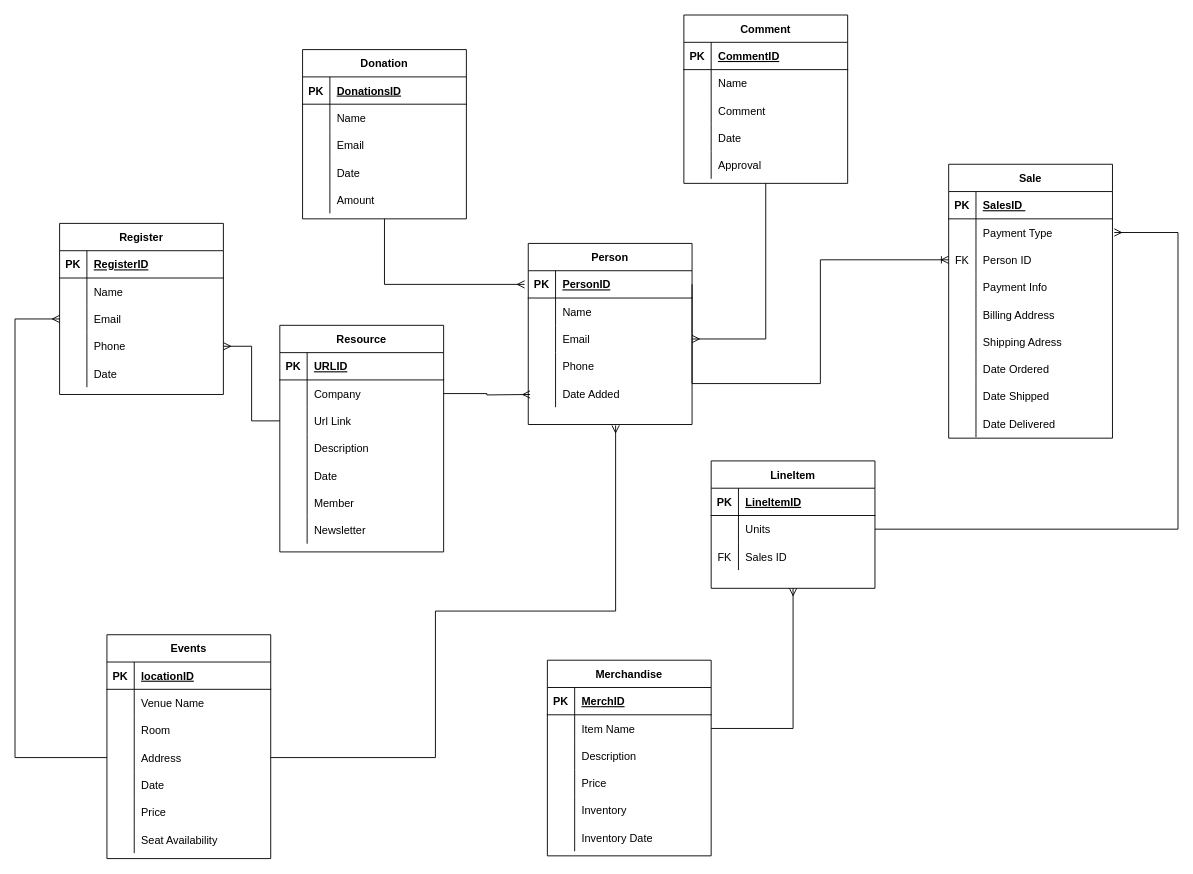
Above: Climate Change Draft .drawio in SemharGezai/Database- (draw.io), before the change. Source tidied: cells renumbered, new cells numbered last; positions are measured from the earlier drawing's top-left corner, leaving out a move shared by most shapes. Both pictures are drawn from the tidied source at 91%, with x=0, y=0 at pixel (15, 15).
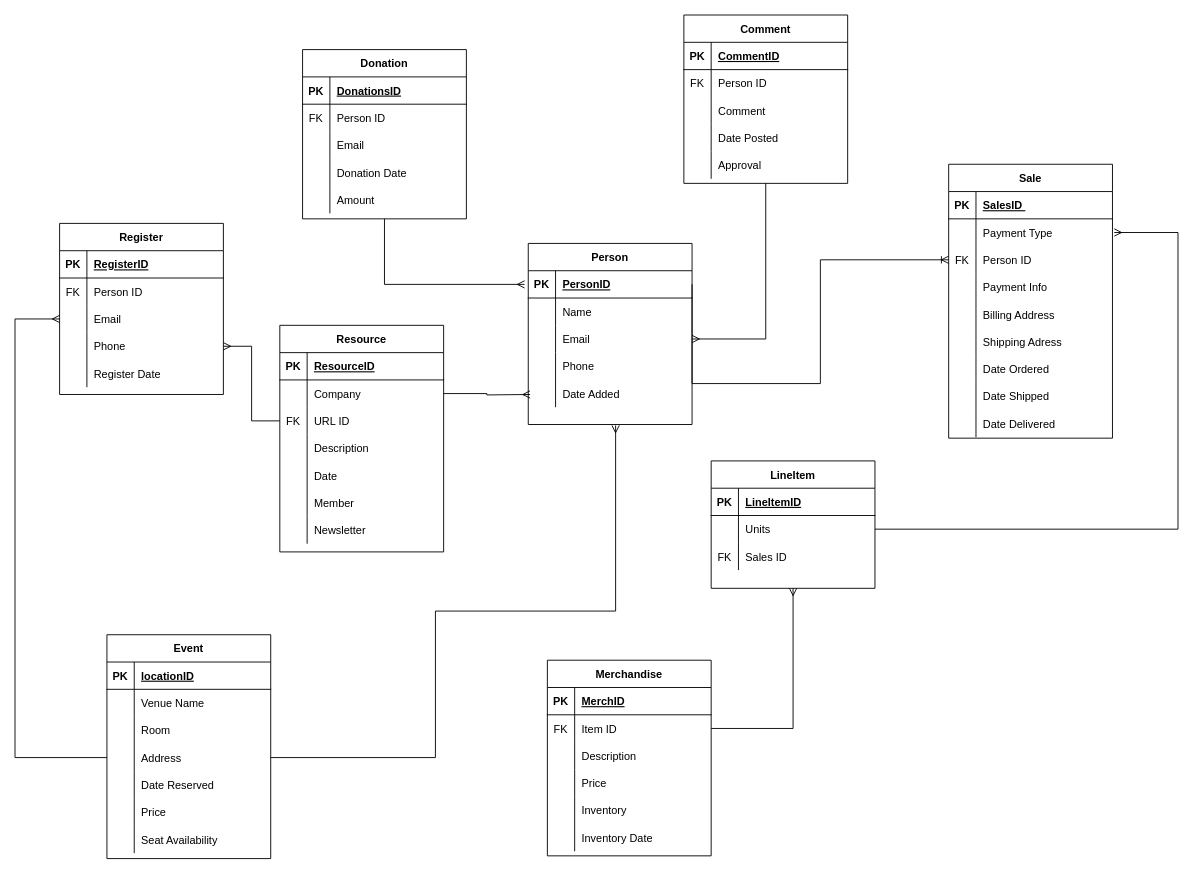
The same page after the edit.

Unchanged cells that the change refers to:
```xml
<mxCell id="50" style="shape=tableRow;horizontal=0;startSize=0;swimlaneHead=0;swimlaneBody=0;fillColor=none;top=0;left=0;right=0;bottom=0;strokeWidth=1;" parent="46" vertex="1">
  <mxGeometry y="60" width="180" height="30" as="geometry" />
</mxCell>
<mxCell id="56" style="shape=tableRow;horizontal=0;startSize=0;swimlaneHead=0;swimlaneBody=0;fillColor=none;top=0;left=0;right=0;bottom=0;strokeWidth=1;" parent="46" vertex="1">
  <mxGeometry y="120" width="180" height="30" as="geometry" />
</mxCell>
<mxCell id="66" style="shape=tableRow;horizontal=0;startSize=0;swimlaneHead=0;swimlaneBody=0;fillColor=none;top=0;left=0;right=0;bottom=0;strokeWidth=1;" parent="62" vertex="1">
  <mxGeometry y="60" width="180" height="30" as="geometry" />
</mxCell>
<mxCell id="75" style="shape=tableRow;horizontal=0;startSize=0;swimlaneHead=0;swimlaneBody=0;fillColor=none;top=0;left=0;right=0;bottom=0;" parent="62" vertex="1">
  <mxGeometry y="150" width="180" height="30" as="geometry" />
</mxCell>
<mxCell id="83" style="shape=tableRow;horizontal=0;startSize=0;swimlaneHead=0;swimlaneBody=0;fillColor=none;top=0;left=0;right=0;bottom=0;strokeWidth=1;" parent="79" vertex="1">
  <mxGeometry y="60" width="180" height="30" as="geometry" />
</mxCell>
<mxCell id="89" style="shape=tableRow;horizontal=0;startSize=0;swimlaneHead=0;swimlaneBody=0;fillColor=none;top=0;left=0;right=0;bottom=0;strokeWidth=1;" parent="79" vertex="1">
  <mxGeometry y="120" width="180" height="30" as="geometry" />
</mxCell>
<mxCell id="96" style="shape=tableRow;horizontal=0;startSize=0;swimlaneHead=0;swimlaneBody=0;fillColor=none;top=0;left=0;right=0;bottom=1;strokeWidth=1;" parent="95" vertex="1">
  <mxGeometry y="30" width="180" height="30" as="geometry" />
</mxCell>
<mxCell id="102" style="shape=tableRow;horizontal=0;startSize=0;swimlaneHead=0;swimlaneBody=0;fillColor=none;points=[[0,0.5],[1,0.5]];portConstraint=eastwest;top=0;left=0;right=0;bottom=0;strokeWidth=1;" parent="95" vertex="1">
  <mxGeometry y="90" width="180" height="30" as="geometry" />
</mxCell>
<mxCell id="130" style="shape=tableRow;horizontal=0;startSize=0;swimlaneHead=0;swimlaneBody=0;fillColor=none;top=0;left=0;right=0;bottom=0;" parent="117" vertex="1">
  <mxGeometry y="150" width="180" height="30" as="geometry" />
</mxCell>
<mxCell id="143" style="shape=tableRow;horizontal=0;startSize=0;swimlaneHead=0;swimlaneBody=0;fillColor=none;points=[[0,0.5],[1,0.5]];portConstraint=eastwest;top=0;left=0;right=0;bottom=0;strokeWidth=1;" parent="139" vertex="1">
  <mxGeometry y="60" width="180" height="30" as="geometry" />
</mxCell>
```

Diff of the diagram source:
```diff
@@
-    <mxCell id="51" style="shape=partialRectangle;fillColor=none;top=0;left=0;bottom=0;right=0;overflow=hidden;strokeWidth=1;" parent="50" vertex="1">
+    <mxCell id="51" value="FK" style="shape=partialRectangle;fillColor=none;top=0;left=0;bottom=0;right=0;overflow=hidden;strokeWidth=1;" parent="50" vertex="1">
       <mxGeometry width="30" height="30" as="geometry" />
     </mxCell>
-    <mxCell id="52" value="Name" style="shape=partialRectangle;fillColor=none;top=0;left=0;bottom=0;right=0;align=left;spacingLeft=6;overflow=hidden;strokeWidth=1;" parent="50" vertex="1">
+    <mxCell id="52" value="Person ID" style="shape=partialRectangle;fillColor=none;top=0;left=0;bottom=0;right=0;align=left;spacingLeft=6;overflow=hidden;strokeWidth=1;" parent="50" vertex="1">
       <mxGeometry x="30" width="150" height="30" as="geometry" />
     </mxCell>
@@
-    <mxCell id="58" value="Date " style="shape=partialRectangle;fillColor=none;top=0;left=0;bottom=0;right=0;align=left;spacingLeft=6;overflow=hidden;strokeWidth=1;" parent="56" vertex="1">
+    <mxCell id="58" value="Donation Date " style="shape=partialRectangle;fillColor=none;top=0;left=0;bottom=0;right=0;align=left;spacingLeft=6;overflow=hidden;strokeWidth=1;" parent="56" vertex="1">
       <mxGeometry x="30" width="150" height="30" as="geometry" />
     </mxCell>
@@
-    <mxCell id="67" style="shape=partialRectangle;fillColor=none;top=0;left=0;bottom=0;right=0;overflow=hidden;strokeWidth=1;" parent="66" vertex="1">
+    <mxCell id="67" value="FK" style="shape=partialRectangle;fillColor=none;top=0;left=0;bottom=0;right=0;overflow=hidden;strokeWidth=1;" parent="66" vertex="1">
       <mxGeometry width="30" height="30" as="geometry" />
     </mxCell>
-    <mxCell id="68" value="Name " style="shape=partialRectangle;fillColor=none;top=0;left=0;bottom=0;right=0;align=left;spacingLeft=6;overflow=hidden;strokeWidth=1;" parent="66" vertex="1">
+    <mxCell id="68" value="Person ID" style="shape=partialRectangle;fillColor=none;top=0;left=0;bottom=0;right=0;align=left;spacingLeft=6;overflow=hidden;strokeWidth=1;" parent="66" vertex="1">
       <mxGeometry x="30" width="150" height="30" as="geometry" />
     </mxCell>
@@
-    <mxCell id="77" value="Date" style="shape=partialRectangle;fillColor=none;top=0;left=0;bottom=0;right=0;align=left;spacingLeft=6;overflow=hidden;" parent="75" vertex="1">
+    <mxCell id="77" value="Register Date " style="shape=partialRectangle;fillColor=none;top=0;left=0;bottom=0;right=0;align=left;spacingLeft=6;overflow=hidden;" parent="75" vertex="1">
       <mxGeometry x="30" width="150" height="30" as="geometry" />
     </mxCell>
@@
-    <mxCell id="84" style="shape=partialRectangle;fillColor=none;top=0;left=0;bottom=0;right=0;overflow=hidden;strokeWidth=1;" parent="83" vertex="1">
+    <mxCell id="84" value="FK" style="shape=partialRectangle;fillColor=none;top=0;left=0;bottom=0;right=0;overflow=hidden;strokeWidth=1;" parent="83" vertex="1">
       <mxGeometry width="30" height="30" as="geometry" />
     </mxCell>
-    <mxCell id="85" value="Name" style="shape=partialRectangle;fillColor=none;top=0;left=0;bottom=0;right=0;align=left;spacingLeft=6;overflow=hidden;strokeWidth=1;" parent="83" vertex="1">
+    <mxCell id="85" value="Person ID" style="shape=partialRectangle;fillColor=none;top=0;left=0;bottom=0;right=0;align=left;spacingLeft=6;overflow=hidden;strokeWidth=1;" parent="83" vertex="1">
       <mxGeometry x="30" width="150" height="30" as="geometry" />
     </mxCell>
@@
-    <mxCell id="91" value="Date" style="shape=partialRectangle;fillColor=none;top=0;left=0;bottom=0;right=0;align=left;spacingLeft=6;overflow=hidden;strokeWidth=1;" parent="89" vertex="1">
+    <mxCell id="91" value="Date Posted" style="shape=partialRectangle;fillColor=none;top=0;left=0;bottom=0;right=0;align=left;spacingLeft=6;overflow=hidden;strokeWidth=1;" parent="89" vertex="1">
       <mxGeometry x="30" width="150" height="30" as="geometry" />
     </mxCell>
@@
-    <mxCell id="98" value="URLID" style="shape=partialRectangle;fillColor=none;top=0;left=0;bottom=0;right=0;align=left;spacingLeft=6;fontStyle=5;overflow=hidden;strokeWidth=1;" parent="96" vertex="1">
+    <mxCell id="98" value="ResourceID" style="shape=partialRectangle;fillColor=none;top=0;left=0;bottom=0;right=0;align=left;spacingLeft=6;fontStyle=5;overflow=hidden;strokeWidth=1;" parent="96" vertex="1">
       <mxGeometry x="30" width="150" height="30" as="geometry" />
     </mxCell>
@@
-    <mxCell id="103" style="shape=partialRectangle;fillColor=none;top=0;left=0;bottom=0;right=0;overflow=hidden;strokeWidth=1;" parent="102" vertex="1">
+    <mxCell id="103" value="FK" style="shape=partialRectangle;fillColor=none;top=0;left=0;bottom=0;right=0;overflow=hidden;strokeWidth=1;" parent="102" vertex="1">
       <mxGeometry width="30" height="30" as="geometry" />
     </mxCell>
-    <mxCell id="104" value="Url Link" style="shape=partialRectangle;fillColor=none;top=0;left=0;bottom=0;right=0;align=left;spacingLeft=6;overflow=hidden;strokeWidth=1;" parent="102" vertex="1">
+    <mxCell id="104" value="URL ID" style="shape=partialRectangle;fillColor=none;top=0;left=0;bottom=0;right=0;align=left;spacingLeft=6;overflow=hidden;strokeWidth=1;" parent="102" vertex="1">
       <mxGeometry x="30" width="150" height="30" as="geometry" />
     </mxCell>
@@
-    <mxCell id="117" value="Events" style="shape=table;startSize=30;childLayout=tableLayout;rowLines=0;fontStyle=1;align=center;strokeWidth=1;" parent="1" vertex="1">
+    <mxCell id="117" value="Event" style="shape=table;startSize=30;childLayout=tableLayout;rowLines=0;fontStyle=1;align=center;strokeWidth=1;" parent="1" vertex="1">
       <mxGeometry x="101" y="681" width="180" height="246" as="geometry" />
     </mxCell>
@@
-    <mxCell id="132" value="Date" style="shape=partialRectangle;fillColor=none;top=0;left=0;bottom=0;right=0;align=left;spacingLeft=6;overflow=hidden;" parent="130" vertex="1">
+    <mxCell id="132" value="Date Reserved" style="shape=partialRectangle;fillColor=none;top=0;left=0;bottom=0;right=0;align=left;spacingLeft=6;overflow=hidden;" parent="130" vertex="1">
       <mxGeometry x="30" width="150" height="30" as="geometry" />
     </mxCell>
@@
-    <mxCell id="144" style="shape=partialRectangle;fillColor=none;top=0;left=0;bottom=0;right=0;overflow=hidden;strokeWidth=1;" parent="143" vertex="1">
+    <mxCell id="144" value="FK" style="shape=partialRectangle;fillColor=none;top=0;left=0;bottom=0;right=0;overflow=hidden;strokeWidth=1;" parent="143" vertex="1">
       <mxGeometry width="30" height="30" as="geometry" />
     </mxCell>
-    <mxCell id="145" value="Item Name" style="shape=partialRectangle;fillColor=none;top=0;left=0;bottom=0;right=0;align=left;spacingLeft=6;overflow=hidden;strokeWidth=1;" parent="143" vertex="1">
+    <mxCell id="145" value="Item ID" style="shape=partialRectangle;fillColor=none;top=0;left=0;bottom=0;right=0;align=left;spacingLeft=6;overflow=hidden;strokeWidth=1;" parent="143" vertex="1">
       <mxGeometry x="30" width="150" height="30" as="geometry" />
     </mxCell>
```
